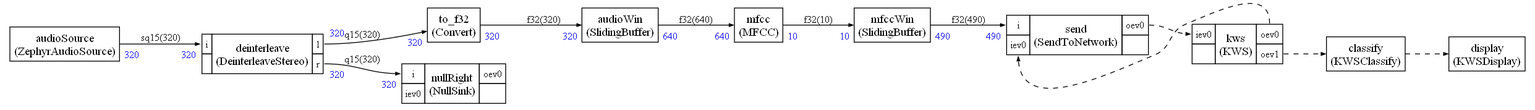
The Graphviz diagram src/stream/scheduler/graph.png in christophe0606/ZephyrAI, before a commit. Its source is kept beside it as src/stream/scheduler/graph.dot. Source of this version:
```dot
digraph structs {
    bgcolor = "white"
    node [shape=plaintext,color="black",fontcolor="black",fontname="Times-Roman"]
    rankdir=LR
    edge [arrowsize="0.5",color="black",fontcolor="black",fontname="Times-Roman"]


audioSource [label=<
<TABLE color="black" bgcolor="none" BORDER="0" CELLBORDER="1" CELLSPACING="0" CELLPADDING="4">
  <TR>
    <TD ALIGN="CENTER" PORT="i"><FONT COLOR="black" POINT-SIZE="14.0">audioSource<BR/>(ZephyrAudioSource)</FONT></TD>
  </TR>
</TABLE>>];

audioWin [label=<
<TABLE color="black" bgcolor="none" BORDER="0" CELLBORDER="1" CELLSPACING="0" CELLPADDING="4">
  <TR>
    <TD ALIGN="CENTER" PORT="i"><FONT COLOR="black" POINT-SIZE="14.0">audioWin<BR/>(SlidingBuffer)</FONT></TD>
  </TR>
</TABLE>>];


deinterleave [label=<
<TABLE color="black" bgcolor="none" BORDER="0" CELLBORDER="1" CELLSPACING="0" CELLPADDING="4">
  <TR>
    <TD PORT="i"><FONT POINT-SIZE="12.0" COLOR="black">i</FONT></TD>
    <TD ALIGN="CENTER" ROWSPAN="2"><FONT COLOR="black" POINT-SIZE="14.0">deinterleave<BR/>(DeinterleaveStereo)</FONT></TD>
    <TD PORT="l"><FONT POINT-SIZE="12.0" COLOR="black">l</FONT></TD>
  </TR>
<TR>

<TD></TD>
<TD PORT="r"><FONT POINT-SIZE="12.0" COLOR="black">r</FONT></TD>
</TR>

</TABLE>>];

mfcc [label=<
<TABLE color="black" bgcolor="none" BORDER="0" CELLBORDER="1" CELLSPACING="0" CELLPADDING="4">
  <TR>
    <TD ALIGN="CENTER" PORT="i"><FONT COLOR="black" POINT-SIZE="14.0">mfcc<BR/>(MFCC)</FONT></TD>
  </TR>
</TABLE>>];

mfccWin [label=<
<TABLE color="black" bgcolor="none" BORDER="0" CELLBORDER="1" CELLSPACING="0" CELLPADDING="4">
  <TR>
    <TD ALIGN="CENTER" PORT="i"><FONT COLOR="black" POINT-SIZE="14.0">mfccWin<BR/>(SlidingBuffer)</FONT></TD>
  </TR>
</TABLE>>];


nullRight [label=<
<TABLE color="black" bgcolor="none" BORDER="0" CELLBORDER="1" CELLSPACING="0" CELLPADDING="4">
  <TR>
    <TD PORT="i"><FONT POINT-SIZE="12.0" COLOR="black">i</FONT></TD>
    <TD ALIGN="CENTER" ROWSPAN="2"><FONT COLOR="black" POINT-SIZE="14.0">nullRight<BR/>(NullSink)</FONT></TD>
    <TD PORT="oev0"><FONT POINT-SIZE="12.0" COLOR="black">oev0</FONT></TD>
  </TR>
<TR>
<TD PORT="iev0"><FONT POINT-SIZE="12.0" COLOR="black">iev0</FONT></TD>


<TD></TD></TR>

</TABLE>>];


send [label=<
<TABLE color="black" bgcolor="none" BORDER="0" CELLBORDER="1" CELLSPACING="0" CELLPADDING="4">
  <TR>
    <TD PORT="i"><FONT POINT-SIZE="12.0" COLOR="black">i</FONT></TD>
    <TD ALIGN="CENTER" ROWSPAN="2"><FONT COLOR="black" POINT-SIZE="14.0">send<BR/>(SendToNetwork)</FONT></TD>
    <TD PORT="oev0"><FONT POINT-SIZE="12.0" COLOR="black">oev0</FONT></TD>
  </TR>
<TR>
<TD PORT="iev0"><FONT POINT-SIZE="12.0" COLOR="black">iev0</FONT></TD>


<TD></TD></TR>

</TABLE>>];

to_f32 [label=<
<TABLE color="black" bgcolor="none" BORDER="0" CELLBORDER="1" CELLSPACING="0" CELLPADDING="4">
  <TR>
    <TD ALIGN="CENTER" PORT="i"><FONT COLOR="black" POINT-SIZE="14.0">to_f32<BR/>(Convert)</FONT></TD>
  </TR>
</TABLE>>];

classify [label=<
<TABLE color="black" bgcolor="none" BORDER="0" CELLBORDER="1" CELLSPACING="0" CELLPADDING="4">
  <TR>
    <TD ALIGN="CENTER" PORT="i"><FONT COLOR="black" POINT-SIZE="14.0">classify<BR/>(KWSClassify)</FONT></TD>
  </TR>
</TABLE>>];

display [label=<
<TABLE color="black" bgcolor="none" BORDER="0" CELLBORDER="1" CELLSPACING="0" CELLPADDING="4">
  <TR>
    <TD ALIGN="CENTER" PORT="i"><FONT COLOR="black" POINT-SIZE="14.0">display<BR/>(KWSDisplay)</FONT></TD>
  </TR>
</TABLE>>];


kws [label=<
<TABLE color="black" bgcolor="none" BORDER="0" CELLBORDER="1" CELLSPACING="0" CELLPADDING="4">
  <TR>
    <TD PORT="iev0"><FONT POINT-SIZE="12.0" COLOR="black">iev0</FONT></TD>
    <TD ALIGN="CENTER" ROWSPAN="2"><FONT COLOR="black" POINT-SIZE="14.0">kws<BR/>(KWS)</FONT></TD>
    <TD PORT="oev0"><FONT POINT-SIZE="12.0" COLOR="black">oev0</FONT></TD>
  </TR>
<TR>

<TD></TD>
<TD PORT="oev1"><FONT POINT-SIZE="12.0" COLOR="black">oev1</FONT></TD>
</TR>

</TABLE>>];



audioSource:i -> deinterleave:i [style="solid",color="black",fontsize="12.0",fontcolor="black",label=<sq15(320)>
,headlabel=<<TABLE BORDER="0" CELLPADDING="4"><TR><TD><FONT COLOR="blue" POINT-SIZE="12.0" >320</FONT>
</TD></TR></TABLE>>
,taillabel=<<TABLE BORDER="0" CELLPADDING="4"><TR><TD><FONT COLOR="blue" POINT-SIZE="12.0" >320</FONT>
</TD></TR></TABLE>>]

deinterleave:l -> to_f32:i [style="solid",color="black",fontsize="12.0",fontcolor="black",label=<q15(320)>
,headlabel=<<TABLE BORDER="0" CELLPADDING="4"><TR><TD><FONT COLOR="blue" POINT-SIZE="12.0" >320</FONT>
</TD></TR></TABLE>>
,taillabel=<<TABLE BORDER="0" CELLPADDING="4"><TR><TD><FONT COLOR="blue" POINT-SIZE="12.0" >320</FONT>
</TD></TR></TABLE>>]

to_f32:i -> audioWin:i [style="solid",color="black",fontsize="12.0",fontcolor="black",label=<f32(320)>
,headlabel=<<TABLE BORDER="0" CELLPADDING="4"><TR><TD><FONT COLOR="blue" POINT-SIZE="12.0" >320</FONT>
</TD></TR></TABLE>>
,taillabel=<<TABLE BORDER="0" CELLPADDING="4"><TR><TD><FONT COLOR="blue" POINT-SIZE="12.0" >320</FONT>
</TD></TR></TABLE>>]

audioWin:i -> mfcc:i [style="solid",color="black",fontsize="12.0",fontcolor="black",label=<f32(640)>
,headlabel=<<TABLE BORDER="0" CELLPADDING="4"><TR><TD><FONT COLOR="blue" POINT-SIZE="12.0" >640</FONT>
</TD></TR></TABLE>>
,taillabel=<<TABLE BORDER="0" CELLPADDING="4"><TR><TD><FONT COLOR="blue" POINT-SIZE="12.0" >640</FONT>
</TD></TR></TABLE>>]

mfcc:i -> mfccWin:i [style="solid",color="black",fontsize="12.0",fontcolor="black",label=<f32(10)>
,headlabel=<<TABLE BORDER="0" CELLPADDING="4"><TR><TD><FONT COLOR="blue" POINT-SIZE="12.0" >10</FONT>
</TD></TR></TABLE>>
,taillabel=<<TABLE BORDER="0" CELLPADDING="4"><TR><TD><FONT COLOR="blue" POINT-SIZE="12.0" >10</FONT>
</TD></TR></TABLE>>]

mfccWin:i -> send:i [style="solid",color="black",fontsize="12.0",fontcolor="black",label=<f32(490)>
,headlabel=<<TABLE BORDER="0" CELLPADDING="4"><TR><TD><FONT COLOR="blue" POINT-SIZE="12.0" >490</FONT>
</TD></TR></TABLE>>
,taillabel=<<TABLE BORDER="0" CELLPADDING="4"><TR><TD><FONT COLOR="blue" POINT-SIZE="12.0" >490</FONT>
</TD></TR></TABLE>>]

deinterleave:r -> nullRight:i [style="solid",color="black",fontsize="12.0",fontcolor="black",label=<q15(320)>
,headlabel=<<TABLE BORDER="0" CELLPADDING="4"><TR><TD><FONT COLOR="blue" POINT-SIZE="12.0" >320</FONT>
</TD></TR></TABLE>>
,taillabel=<<TABLE BORDER="0" CELLPADDING="4"><TR><TD><FONT COLOR="blue" POINT-SIZE="12.0" >320</FONT>
</TD></TR></TABLE>>]



send:oev0 -> kws:iev0 [style="dashed",color="black",fontsize="12.0",fontcolor="black",label=<>

]
kws:oev0 -> send:iev0 [style="dashed",color="black",fontsize="12.0",fontcolor="black",label=<>

]
kws:oev1 -> classify:i [style="dashed",color="black",fontsize="12.0",fontcolor="black",label=<>

]
classify:i -> display:i [style="dashed",color="black",fontsize="12.0",fontcolor="black",label=<>

]

}
```
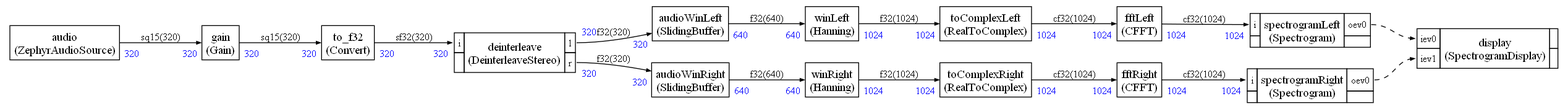
The same file after the commit.

What changed in the source:
```diff
@@ -5,17 +5,24 @@
     edge [arrowsize="0.5",color="black",fontcolor="black",fontname="Times-Roman"]
 
 
-audioSource [label=<
+audio [label=<
 <TABLE color="black" bgcolor="none" BORDER="0" CELLBORDER="1" CELLSPACING="0" CELLPADDING="4">
   <TR>
-    <TD ALIGN="CENTER" PORT="i"><FONT COLOR="black" POINT-SIZE="14.0">audioSource<BR/>(ZephyrAudioSource)</FONT></TD>
+    <TD ALIGN="CENTER" PORT="i"><FONT COLOR="black" POINT-SIZE="14.0">audio<BR/>(ZephyrAudioSource)</FONT></TD>
   </TR>
 </TABLE>>];
 
-audioWin [label=<
+audioWinLeft [label=<
 <TABLE color="black" bgcolor="none" BORDER="0" CELLBORDER="1" CELLSPACING="0" CELLPADDING="4">
   <TR>
-    <TD ALIGN="CENTER" PORT="i"><FONT COLOR="black" POINT-SIZE="14.0">audioWin<BR/>(SlidingBuffer)</FONT></TD>
+    <TD ALIGN="CENTER" PORT="i"><FONT COLOR="black" POINT-SIZE="14.0">audioWinLeft<BR/>(SlidingBuffer)</FONT></TD>
+  </TR>
+</TABLE>>];
+
+audioWinRight [label=<
+<TABLE color="black" bgcolor="none" BORDER="0" CELLBORDER="1" CELLSPACING="0" CELLPADDING="4">
+  <TR>
+    <TD ALIGN="CENTER" PORT="i"><FONT COLOR="black" POINT-SIZE="14.0">audioWinRight<BR/>(SlidingBuffer)</FONT></TD>
   </TR>
 </TABLE>>];
 
@@ -35,50 +42,71 @@
 
 </TABLE>>];
 
-mfcc [label=<
+fftLeft [label=<
 <TABLE color="black" bgcolor="none" BORDER="0" CELLBORDER="1" CELLSPACING="0" CELLPADDING="4">
   <TR>
-    <TD ALIGN="CENTER" PORT="i"><FONT COLOR="black" POINT-SIZE="14.0">mfcc<BR/>(MFCC)</FONT></TD>
+    <TD ALIGN="CENTER" PORT="i"><FONT COLOR="black" POINT-SIZE="14.0">fftLeft<BR/>(CFFT)</FONT></TD>
   </TR>
 </TABLE>>];
 
-mfccWin [label=<
+fftRight [label=<
 <TABLE color="black" bgcolor="none" BORDER="0" CELLBORDER="1" CELLSPACING="0" CELLPADDING="4">
   <TR>
-    <TD ALIGN="CENTER" PORT="i"><FONT COLOR="black" POINT-SIZE="14.0">mfccWin<BR/>(SlidingBuffer)</FONT></TD>
+    <TD ALIGN="CENTER" PORT="i"><FONT COLOR="black" POINT-SIZE="14.0">fftRight<BR/>(CFFT)</FONT></TD>
+  </TR>
+</TABLE>>];
+
+gain [label=<
+<TABLE color="black" bgcolor="none" BORDER="0" CELLBORDER="1" CELLSPACING="0" CELLPADDING="4">
+  <TR>
+    <TD ALIGN="CENTER" PORT="i"><FONT COLOR="black" POINT-SIZE="14.0">gain<BR/>(Gain)</FONT></TD>
   </TR>
 </TABLE>>];
 
 
-nullRight [label=<
+spectrogramLeft [label=<
 <TABLE color="black" bgcolor="none" BORDER="0" CELLBORDER="1" CELLSPACING="0" CELLPADDING="4">
   <TR>
     <TD PORT="i"><FONT POINT-SIZE="12.0" COLOR="black">i</FONT></TD>
-    <TD ALIGN="CENTER" ROWSPAN="2"><FONT COLOR="black" POINT-SIZE="14.0">nullRight<BR/>(NullSink)</FONT></TD>
+    <TD ALIGN="CENTER" ROWSPAN="2"><FONT COLOR="black" POINT-SIZE="14.0">spectrogramLeft<BR/>(Spectrogram)</FONT></TD>
     <TD PORT="oev0"><FONT POINT-SIZE="12.0" COLOR="black">oev0</FONT></TD>
   </TR>
 <TR>
-<TD PORT="iev0"><FONT POINT-SIZE="12.0" COLOR="black">iev0</FONT></TD>
 
+<TD></TD>
 
 <TD></TD></TR>
 
 </TABLE>>];
 
 
-send [label=<
+spectrogramRight [label=<
 <TABLE color="black" bgcolor="none" BORDER="0" CELLBORDER="1" CELLSPACING="0" CELLPADDING="4">
   <TR>
     <TD PORT="i"><FONT POINT-SIZE="12.0" COLOR="black">i</FONT></TD>
-    <TD ALIGN="CENTER" ROWSPAN="2"><FONT COLOR="black" POINT-SIZE="14.0">send<BR/>(SendToNetwork)</FONT></TD>
+    <TD ALIGN="CENTER" ROWSPAN="2"><FONT COLOR="black" POINT-SIZE="14.0">spectrogramRight<BR/>(Spectrogram)</FONT></TD>
     <TD PORT="oev0"><FONT POINT-SIZE="12.0" COLOR="black">oev0</FONT></TD>
   </TR>
 <TR>
-<TD PORT="iev0"><FONT POINT-SIZE="12.0" COLOR="black">iev0</FONT></TD>
 
+<TD></TD>
 
 <TD></TD></TR>
 
+</TABLE>>];
+
+toComplexLeft [label=<
+<TABLE color="black" bgcolor="none" BORDER="0" CELLBORDER="1" CELLSPACING="0" CELLPADDING="4">
+  <TR>
+    <TD ALIGN="CENTER" PORT="i"><FONT COLOR="black" POINT-SIZE="14.0">toComplexLeft<BR/>(RealToComplex)</FONT></TD>
+  </TR>
+</TABLE>>];
+
+toComplexRight [label=<
+<TABLE color="black" bgcolor="none" BORDER="0" CELLBORDER="1" CELLSPACING="0" CELLPADDING="4">
+  <TR>
+    <TD ALIGN="CENTER" PORT="i"><FONT COLOR="black" POINT-SIZE="14.0">toComplexRight<BR/>(RealToComplex)</FONT></TD>
+  </TR>
 </TABLE>>];
 
 to_f32 [label=<
@@ -88,92 +116,122 @@
   </TR>
 </TABLE>>];
 
-classify [label=<
+winLeft [label=<
 <TABLE color="black" bgcolor="none" BORDER="0" CELLBORDER="1" CELLSPACING="0" CELLPADDING="4">
   <TR>
-    <TD ALIGN="CENTER" PORT="i"><FONT COLOR="black" POINT-SIZE="14.0">classify<BR/>(KWSClassify)</FONT></TD>
+    <TD ALIGN="CENTER" PORT="i"><FONT COLOR="black" POINT-SIZE="14.0">winLeft<BR/>(Hanning)</FONT></TD>
   </TR>
 </TABLE>>];
+
+winRight [label=<
+<TABLE color="black" bgcolor="none" BORDER="0" CELLBORDER="1" CELLSPACING="0" CELLPADDING="4">
+  <TR>
+    <TD ALIGN="CENTER" PORT="i"><FONT COLOR="black" POINT-SIZE="14.0">winRight<BR/>(Hanning)</FONT></TD>
+  </TR>
+</TABLE>>];
+
 
 display [label=<
 <TABLE color="black" bgcolor="none" BORDER="0" CELLBORDER="1" CELLSPACING="0" CELLPADDING="4">
   <TR>
-    <TD ALIGN="CENTER" PORT="i"><FONT COLOR="black" POINT-SIZE="14.0">display<BR/>(KWSDisplay)</FONT></TD>
+    <TD PORT="iev0"><FONT POINT-SIZE="12.0" COLOR="black">iev0</FONT></TD>
+    <TD ALIGN="CENTER" ROWSPAN="2"><FONT COLOR="black" POINT-SIZE="14.0">display<BR/>(SpectrogramDisplay)</FONT></TD>
+    <TD></TD>
   </TR>
-</TABLE>>];
+<TR>
+<TD PORT="iev1"><FONT POINT-SIZE="12.0" COLOR="black">iev1</FONT></TD>
 
 
-kws [label=<
-<TABLE color="black" bgcolor="none" BORDER="0" CELLBORDER="1" CELLSPACING="0" CELLPADDING="4">
-  <TR>
-    <TD PORT="iev0"><FONT POINT-SIZE="12.0" COLOR="black">iev0</FONT></TD>
-    <TD ALIGN="CENTER" ROWSPAN="2"><FONT COLOR="black" POINT-SIZE="14.0">kws<BR/>(KWS)</FONT></TD>
-    <TD PORT="oev0"><FONT POINT-SIZE="12.0" COLOR="black">oev0</FONT></TD>
-  </TR>
-<TR>
-
-<TD></TD>
-<TD PORT="oev1"><FONT POINT-SIZE="12.0" COLOR="black">oev1</FONT></TD>
-</TR>
+<TD></TD></TR>
 
 </TABLE>>];
 
 
 
-audioSource:i -> deinterleave:i [style="solid",color="black",fontsize="12.0",fontcolor="black",label=<sq15(320)>
+audio:i -> gain:i [style="solid",color="black",fontsize="12.0",fontcolor="black",label=<sq15(320)>
 ,headlabel=<<TABLE BORDER="0" CELLPADDING="4"><TR><TD><FONT COLOR="blue" POINT-SIZE="12.0" >320</FONT>
 </TD></TR></TABLE>>
 ,taillabel=<<TABLE BORDER="0" CELLPADDING="4"><TR><TD><FONT COLOR="blue" POINT-SIZE="12.0" >320</FONT>
 </TD></TR></TABLE>>]
 
-deinterleave:l -> to_f32:i [style="solid",color="black",fontsize="12.0",fontcolor="black",label=<q15(320)>
+gain:i -> to_f32:i [style="solid",color="black",fontsize="12.0",fontcolor="black",label=<sq15(320)>
 ,headlabel=<<TABLE BORDER="0" CELLPADDING="4"><TR><TD><FONT COLOR="blue" POINT-SIZE="12.0" >320</FONT>
 </TD></TR></TABLE>>
 ,taillabel=<<TABLE BORDER="0" CELLPADDING="4"><TR><TD><FONT COLOR="blue" POINT-SIZE="12.0" >320</FONT>
 </TD></TR></TABLE>>]
 
-to_f32:i -> audioWin:i [style="solid",color="black",fontsize="12.0",fontcolor="black",label=<f32(320)>
+to_f32:i -> deinterleave:i [style="solid",color="black",fontsize="12.0",fontcolor="black",label=<sf32(320)>
 ,headlabel=<<TABLE BORDER="0" CELLPADDING="4"><TR><TD><FONT COLOR="blue" POINT-SIZE="12.0" >320</FONT>
 </TD></TR></TABLE>>
 ,taillabel=<<TABLE BORDER="0" CELLPADDING="4"><TR><TD><FONT COLOR="blue" POINT-SIZE="12.0" >320</FONT>
 </TD></TR></TABLE>>]
 
-audioWin:i -> mfcc:i [style="solid",color="black",fontsize="12.0",fontcolor="black",label=<f32(640)>
+deinterleave:l -> audioWinLeft:i [style="solid",color="black",fontsize="12.0",fontcolor="black",label=<f32(320)>
+,headlabel=<<TABLE BORDER="0" CELLPADDING="4"><TR><TD><FONT COLOR="blue" POINT-SIZE="12.0" >320</FONT>
+</TD></TR></TABLE>>
+,taillabel=<<TABLE BORDER="0" CELLPADDING="4"><TR><TD><FONT COLOR="blue" POINT-SIZE="12.0" >320</FONT>
+</TD></TR></TABLE>>]
+
+audioWinLeft:i -> winLeft:i [style="solid",color="black",fontsize="12.0",fontcolor="black",label=<f32(640)>
 ,headlabel=<<TABLE BORDER="0" CELLPADDING="4"><TR><TD><FONT COLOR="blue" POINT-SIZE="12.0" >640</FONT>
 </TD></TR></TABLE>>
 ,taillabel=<<TABLE BORDER="0" CELLPADDING="4"><TR><TD><FONT COLOR="blue" POINT-SIZE="12.0" >640</FONT>
 </TD></TR></TABLE>>]
 
-mfcc:i -> mfccWin:i [style="solid",color="black",fontsize="12.0",fontcolor="black",label=<f32(10)>
-,headlabel=<<TABLE BORDER="0" CELLPADDING="4"><TR><TD><FONT COLOR="blue" POINT-SIZE="12.0" >10</FONT>
+winLeft:i -> toComplexLeft:i [style="solid",color="black",fontsize="12.0",fontcolor="black",label=<f32(1024)>
+,headlabel=<<TABLE BORDER="0" CELLPADDING="4"><TR><TD><FONT COLOR="blue" POINT-SIZE="12.0" >1024</FONT>
 </TD></TR></TABLE>>
-,taillabel=<<TABLE BORDER="0" CELLPADDING="4"><TR><TD><FONT COLOR="blue" POINT-SIZE="12.0" >10</FONT>
+,taillabel=<<TABLE BORDER="0" CELLPADDING="4"><TR><TD><FONT COLOR="blue" POINT-SIZE="12.0" >1024</FONT>
 </TD></TR></TABLE>>]
 
-mfccWin:i -> send:i [style="solid",color="black",fontsize="12.0",fontcolor="black",label=<f32(490)>
-,headlabel=<<TABLE BORDER="0" CELLPADDING="4"><TR><TD><FONT COLOR="blue" POINT-SIZE="12.0" >490</FONT>
+toComplexLeft:i -> fftLeft:i [style="solid",color="black",fontsize="12.0",fontcolor="black",label=<cf32(1024)>
+,headlabel=<<TABLE BORDER="0" CELLPADDING="4"><TR><TD><FONT COLOR="blue" POINT-SIZE="12.0" >1024</FONT>
 </TD></TR></TABLE>>
-,taillabel=<<TABLE BORDER="0" CELLPADDING="4"><TR><TD><FONT COLOR="blue" POINT-SIZE="12.0" >490</FONT>
+,taillabel=<<TABLE BORDER="0" CELLPADDING="4"><TR><TD><FONT COLOR="blue" POINT-SIZE="12.0" >1024</FONT>
 </TD></TR></TABLE>>]
 
-deinterleave:r -> nullRight:i [style="solid",color="black",fontsize="12.0",fontcolor="black",label=<q15(320)>
+fftLeft:i -> spectrogramLeft:i [style="solid",color="black",fontsize="12.0",fontcolor="black",label=<cf32(1024)>
+,headlabel=<<TABLE BORDER="0" CELLPADDING="4"><TR><TD><FONT COLOR="blue" POINT-SIZE="12.0" >1024</FONT>
+</TD></TR></TABLE>>
+,taillabel=<<TABLE BORDER="0" CELLPADDING="4"><TR><TD><FONT COLOR="blue" POINT-SIZE="12.0" >1024</FONT>
+</TD></TR></TABLE>>]
+
+deinterleave:r -> audioWinRight:i [style="solid",color="black",fontsize="12.0",fontcolor="black",label=<f32(320)>
 ,headlabel=<<TABLE BORDER="0" CELLPADDING="4"><TR><TD><FONT COLOR="blue" POINT-SIZE="12.0" >320</FONT>
 </TD></TR></TABLE>>
 ,taillabel=<<TABLE BORDER="0" CELLPADDING="4"><TR><TD><FONT COLOR="blue" POINT-SIZE="12.0" >320</FONT>
 </TD></TR></TABLE>>]
 
+audioWinRight:i -> winRight:i [style="solid",color="black",fontsize="12.0",fontcolor="black",label=<f32(640)>
+,headlabel=<<TABLE BORDER="0" CELLPADDING="4"><TR><TD><FONT COLOR="blue" POINT-SIZE="12.0" >640</FONT>
+</TD></TR></TABLE>>
+,taillabel=<<TABLE BORDER="0" CELLPADDING="4"><TR><TD><FONT COLOR="blue" POINT-SIZE="12.0" >640</FONT>
+</TD></TR></TABLE>>]
+
+winRight:i -> toComplexRight:i [style="solid",color="black",fontsize="12.0",fontcolor="black",label=<f32(1024)>
+,headlabel=<<TABLE BORDER="0" CELLPADDING="4"><TR><TD><FONT COLOR="blue" POINT-SIZE="12.0" >1024</FONT>
+</TD></TR></TABLE>>
+,taillabel=<<TABLE BORDER="0" CELLPADDING="4"><TR><TD><FONT COLOR="blue" POINT-SIZE="12.0" >1024</FONT>
+</TD></TR></TABLE>>]
+
+toComplexRight:i -> fftRight:i [style="solid",color="black",fontsize="12.0",fontcolor="black",label=<cf32(1024)>
+,headlabel=<<TABLE BORDER="0" CELLPADDING="4"><TR><TD><FONT COLOR="blue" POINT-SIZE="12.0" >1024</FONT>
+</TD></TR></TABLE>>
+,taillabel=<<TABLE BORDER="0" CELLPADDING="4"><TR><TD><FONT COLOR="blue" POINT-SIZE="12.0" >1024</FONT>
+</TD></TR></TABLE>>]
+
+fftRight:i -> spectrogramRight:i [style="solid",color="black",fontsize="12.0",fontcolor="black",label=<cf32(1024)>
+,headlabel=<<TABLE BORDER="0" CELLPADDING="4"><TR><TD><FONT COLOR="blue" POINT-SIZE="12.0" >1024</FONT>
+</TD></TR></TABLE>>
+,taillabel=<<TABLE BORDER="0" CELLPADDING="4"><TR><TD><FONT COLOR="blue" POINT-SIZE="12.0" >1024</FONT>
+</TD></TR></TABLE>>]
 
 
-send:oev0 -> kws:iev0 [style="dashed",color="black",fontsize="12.0",fontcolor="black",label=<>
+
+spectrogramLeft:oev0 -> display:iev0 [style="dashed",color="black",fontsize="12.0",fontcolor="black",label=<>
 
 ]
-kws:oev0 -> send:iev0 [style="dashed",color="black",fontsize="12.0",fontcolor="black",label=<>
-
-]
-kws:oev1 -> classify:i [style="dashed",color="black",fontsize="12.0",fontcolor="black",label=<>
-
-]
-classify:i -> display:i [style="dashed",color="black",fontsize="12.0",fontcolor="black",label=<>
+spectrogramRight:oev0 -> display:iev1 [style="dashed",color="black",fontsize="12.0",fontcolor="black",label=<>
 
 ]
 
```
